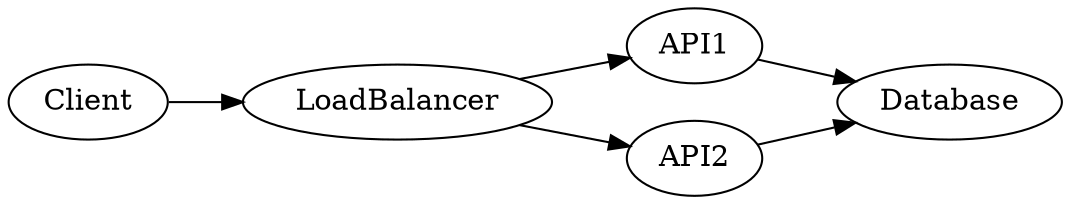
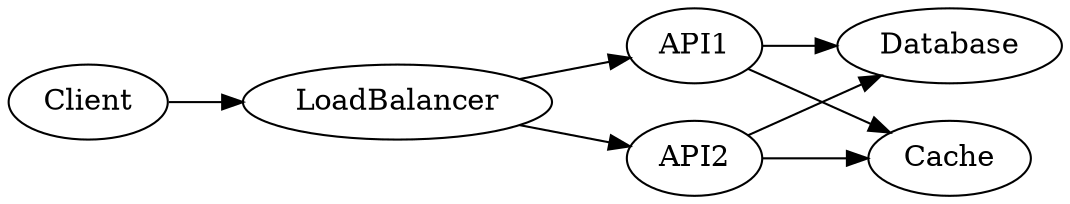
digraph infra {
    rankdir=LR
    Client -> LoadBalancer
    LoadBalancer -> API1
    LoadBalancer -> API2
    API1 -> Database
    API2 -> Database
+     API1 -> Cache
+     API2 -> Cache
}
